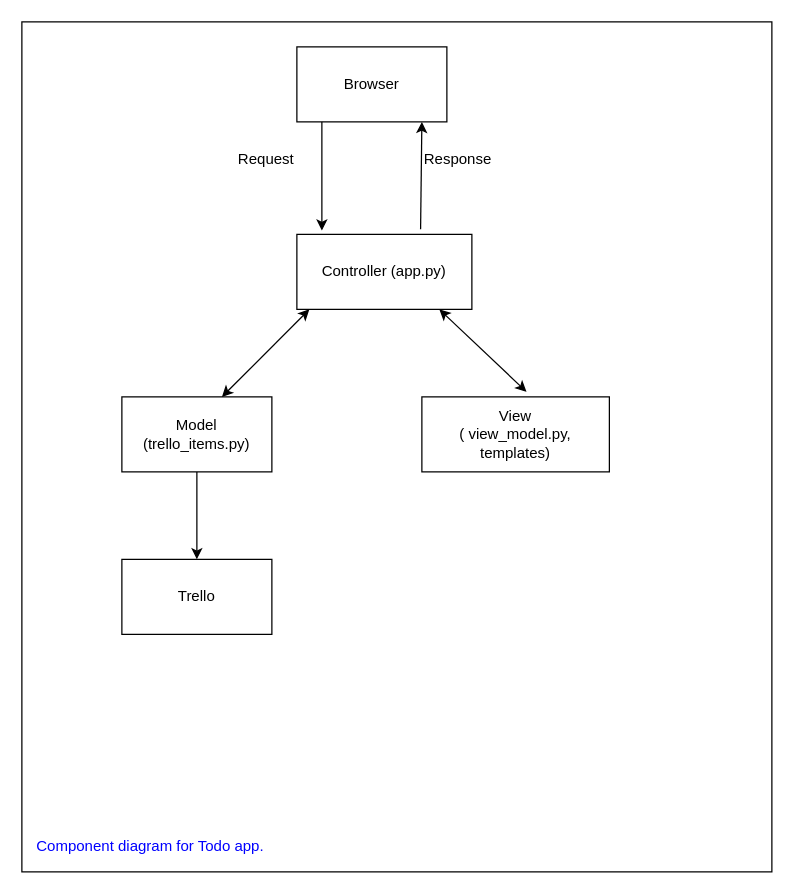
The draw.io diagram documentation/component.drawio in pichaiah/DevOps-Course-Starter, before the edit. Source tidied: cells renumbered, new cells numbered last; positions are measured from the earlier drawing's top-left corner, leaving out a move shared by most shapes. Both pictures are drawn from the tidied source at 125%, with x=0, y=0 at pixel (21, 21).
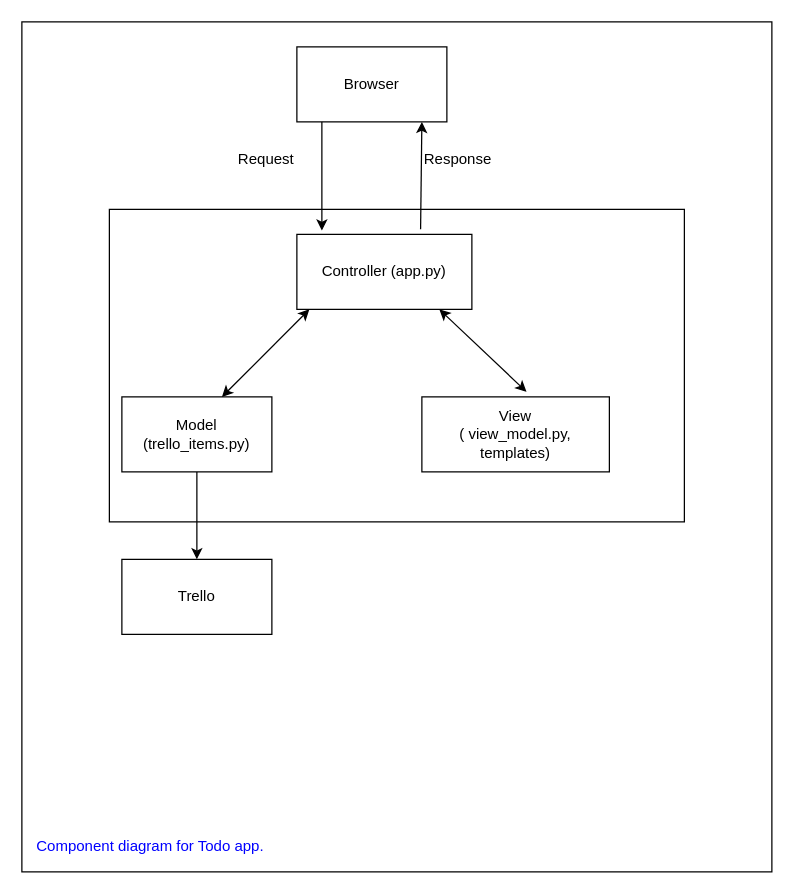
The same page after the edit.

Commit message (it also covers changes not shown here):
Updating the component diagram to implement review comments

What changed in the source:
```diff
@@
 <mxGraphModel>
   <root>
     <mxCell id="0" />
     <mxCell id="1" parent="0" />
     <mxCell id="2" style="rounded=0;whiteSpace=wrap;html=1;" parent="1" vertex="1">
       <mxGeometry width="600" height="680" as="geometry" />
     </mxCell>
     <mxCell id="3" value="Controller (app.py)" style="rounded=0;whiteSpace=wrap;html=1;" parent="1" vertex="1">
       <mxGeometry x="220" y="170" width="140" height="60" as="geometry" />
     </mxCell>
     <mxCell id="4" style="edgeStyle=orthogonalEdgeStyle;rounded=0;jettySize=auto;html=1;" parent="1" edge="1" source="5" target="6">
       <mxGeometry relative="1" as="geometry" />
     </mxCell>
     <mxCell id="5" value="Model (trello_items.py)" style="rounded=0;whiteSpace=wrap;html=1;" parent="1" vertex="1">
       <mxGeometry x="80" y="300" width="120" height="60" as="geometry" />
     </mxCell>
     <mxCell id="6" value="Trello" style="rounded=0;whiteSpace=wrap;html=1;" parent="1" vertex="1">
       <mxGeometry x="80" y="430" width="120" height="60" as="geometry" />
     </mxCell>
     <mxCell id="7" value="View &lt;br&gt;( view_model.py, templates)" style="rounded=0;whiteSpace=wrap;html=1;" parent="1" vertex="1">
       <mxGeometry x="320" y="300" width="150" height="60" as="geometry" />
     </mxCell>
     <mxCell id="8" style="endArrow=classic;startArrow=classic;html=1;exitX=0.667;exitY=0;exitDx=0;exitDy=0;exitPerimeter=0;" parent="1" edge="1" source="5">
       <mxGeometry relative="1" as="geometry">
         <mxPoint x="230" y="230" as="targetPoint" />
       </mxGeometry>
     </mxCell>
     <mxCell id="9" style="endArrow=classic;startArrow=classic;html=1;entryX=0.558;entryY=-0.067;entryDx=0;entryDy=0;entryPerimeter=0;" parent="1" edge="1" target="7">
       <mxGeometry relative="1" as="geometry">
         <mxPoint x="334" y="230" as="sourcePoint" />
       </mxGeometry>
     </mxCell>
     <mxCell id="10" value="Browser" style="rounded=0;whiteSpace=wrap;html=1;" parent="1" vertex="1">
       <mxGeometry x="220" y="20" width="120" height="60" as="geometry" />
     </mxCell>
     <mxCell id="11" style="endArrow=classic;html=1;entryX=0.143;entryY=-0.05;entryDx=0;entryDy=0;entryPerimeter=0;" parent="1" edge="1" target="3">
       <mxGeometry relative="1" as="geometry">
         <mxPoint x="240" y="80" as="sourcePoint" />
       </mxGeometry>
     </mxCell>
     <mxCell id="12" value="Request" style="text;html=1;strokeColor=none;fillColor=none;align=right;verticalAlign=middle;whiteSpace=wrap;rounded=0;" parent="1" vertex="1">
       <mxGeometry x="100" y="100" width="120" height="20" as="geometry" />
     </mxCell>
     <mxCell id="13" style="endArrow=classic;html=1;entryX=0.143;entryY=-0.05;entryDx=0;entryDy=0;entryPerimeter=0;exitX=0.707;exitY=-0.067;exitDx=0;exitDy=0;exitPerimeter=0;" parent="1" edge="1" source="3">
       <mxGeometry relative="1" as="geometry">
         <mxPoint x="320" y="80" as="targetPoint" />
       </mxGeometry>
     </mxCell>
     <mxCell id="14" value="Response" style="text;html=1;strokeColor=none;fillColor=none;align=left;verticalAlign=middle;whiteSpace=wrap;rounded=0;" parent="1" vertex="1">
       <mxGeometry x="320" y="100" width="120" height="20" as="geometry" />
     </mxCell>
     <mxCell id="15" value="&lt;font color=&quot;#0000ff&quot;&gt;Component diagram for Todo app.&lt;/font&gt;" style="text;html=1;strokeColor=none;fillColor=none;align=left;verticalAlign=middle;whiteSpace=wrap;rounded=0;" parent="1" vertex="1">
       <mxGeometry x="10" y="650" width="470" height="20" as="geometry" />
     </mxCell>
+    <mxCell id="16" style="rounded=0;whiteSpace=wrap;html=1;shadow=0;glass=0;fillColor=none;" parent="1" vertex="1">
+      <mxGeometry x="70" y="150" width="460" height="250" as="geometry" />
+    </mxCell>
   </root>
 </mxGraphModel>
```
